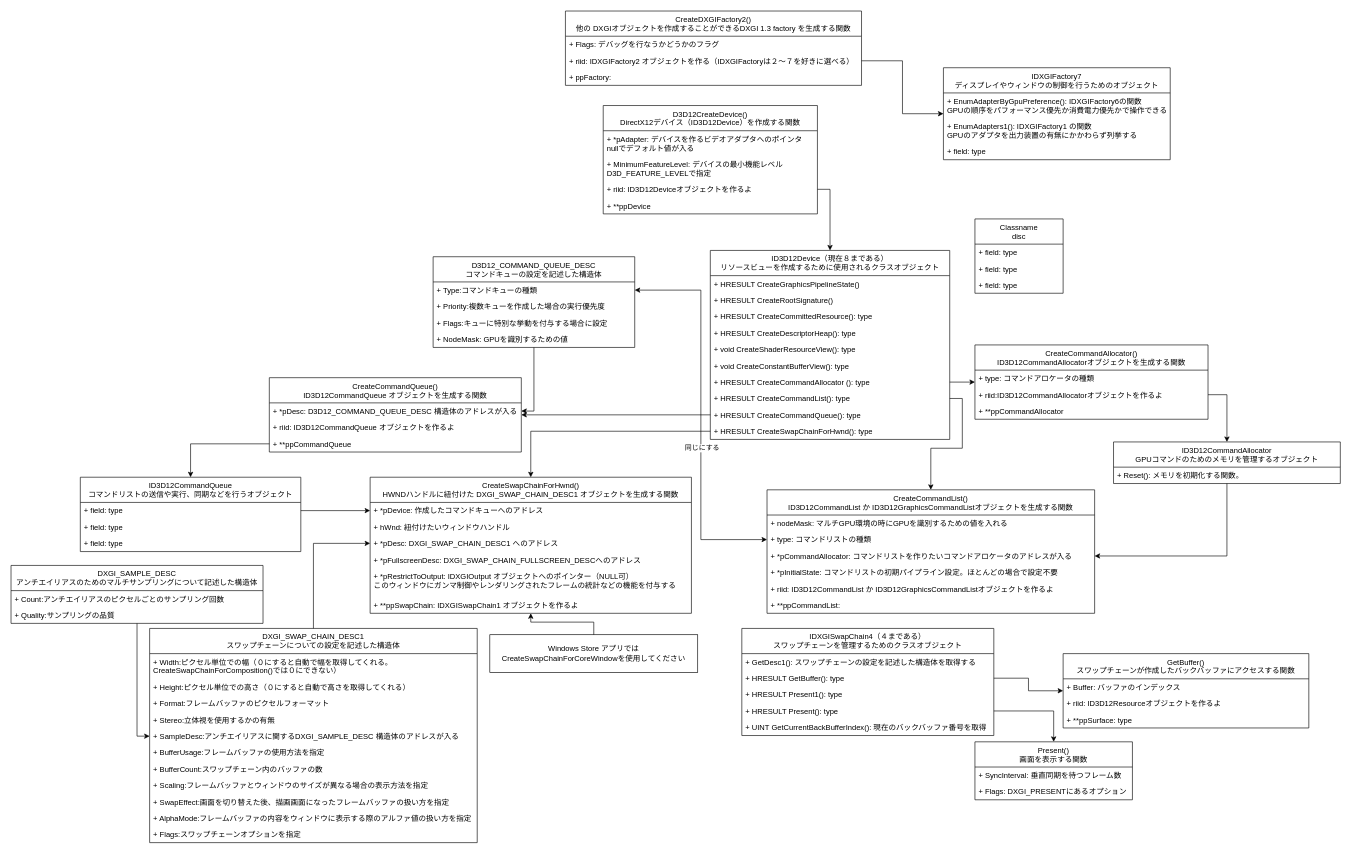
The draw.io diagram page "ページ2" (2 of 2) of Directx12Overview.drawio in KominamiYuto/mypage, before the edit. Source tidied: cells renumbered, new cells numbered last; positions are measured from the earlier drawing's top-left corner, leaving out a move shared by most shapes. Both pictures are drawn from the tidied source at 63%, with x=0, y=0 at pixel (11, 11).
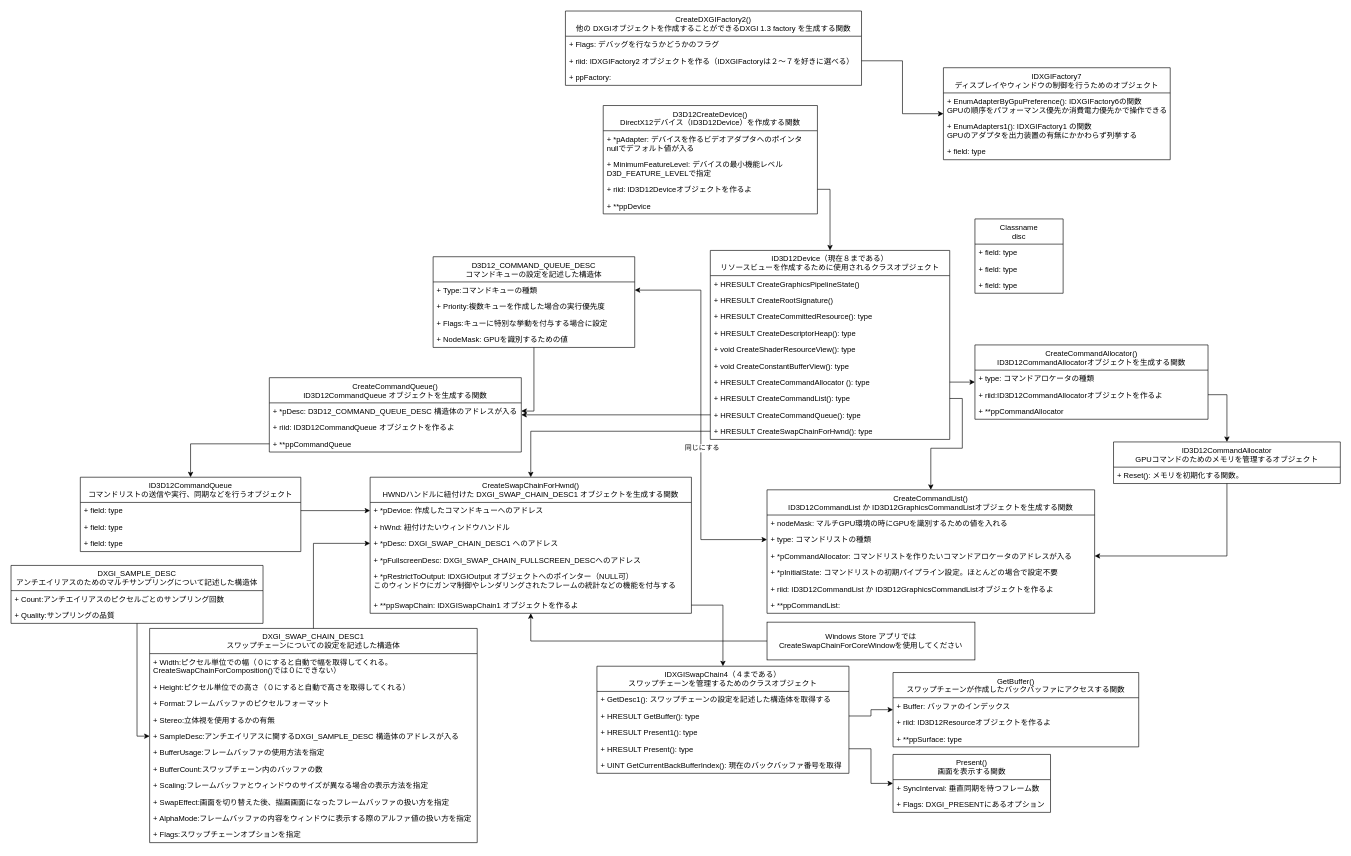
Above is the later version.

Commit message:
Directx12Overview.drawio を更新します

The change refers to these unchanged cells:
```xml
<mxCell id="68" value="+ **ppSwapChain: IDXGISwapChain1 オブジェクトを作るよ" style="text;strokeColor=none;fillColor=none;align=left;verticalAlign=top;spacingLeft=4;spacingRight=4;overflow=hidden;points=[[0,0.5],[1,0.5]];portConstraint=eastwest;" parent="62" vertex="1">
  <mxGeometry y="190" width="510" height="26" as="geometry" />
</mxCell>
```

What changed in the source:
```diff
@@
     <mxCell id="71" value="Windows Store アプリではCreateSwapChainForCoreWindowを使用してください" style="rounded=0;whiteSpace=wrap;html=1;fillColor=none;" parent="1" vertex="1">
-      <mxGeometry x="760" y="990" width="330" height="60" as="geometry" />
+      <mxGeometry x="1200" y="970" width="330" height="60" as="geometry" />
     </mxCell>
@@
     <mxCell id="95" value="IDXGISwapChain4（４まである） &#10;スワップチェーンを管理するためのクラスオブジェクト" style="swimlane;fontStyle=0;horizontal=1;startSize=40;fillColor=none;" parent="1" vertex="1">
-      <mxGeometry x="1160" y="980" width="400" height="170" as="geometry" />
+      <mxGeometry x="930" y="1040" width="400" height="170" as="geometry" />
     </mxCell>
@@
     <mxCell id="101" value="GetBuffer()&#10;スワップチェーンが作成したバックバッファにアクセスする関数" style="swimlane;fontStyle=0;horizontal=1;startSize=40;fillColor=none;" parent="1" vertex="1">
-      <mxGeometry x="1670" y="1020" width="390" height="118" as="geometry" />
+      <mxGeometry x="1400" y="1050" width="390" height="118" as="geometry" />
     </mxCell>
@@
     <mxCell id="106" value="Present()&#10;画面を表示する関数" style="swimlane;fontStyle=0;horizontal=1;startSize=40;fillColor=none;" parent="1" vertex="1">
-      <mxGeometry x="1530" y="1160" width="250" height="92" as="geometry" />
+      <mxGeometry x="1400" y="1180" width="250" height="92" as="geometry" />
     </mxCell>
@@
+    <mxCell id="110" style="edgeStyle=orthogonalEdgeStyle;rounded=0;jettySize=auto;html=1;" parent="1" edge="1" source="68" target="95">
+      <mxGeometry relative="1" as="geometry" />
+    </mxCell>
```
